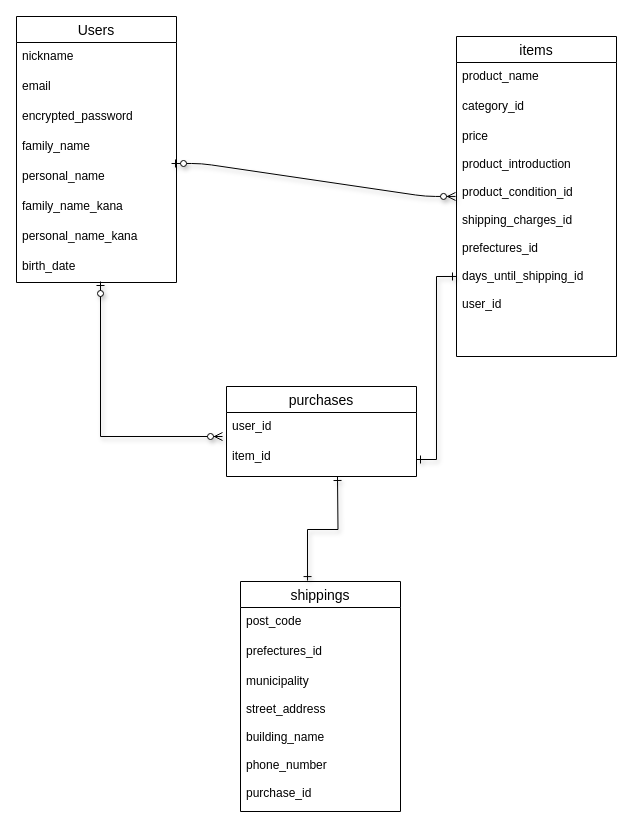
Earlier version of the draw.io diagram config/furima.dio (kapi1121/furima-40282). Source tidied: cells renumbered, new cells numbered last; positions are measured from the earlier drawing's top-left corner, leaving out a move shared by most shapes. Both pictures are drawn from the tidied source at 100%, with x=0, y=0 at pixel (16, 16).
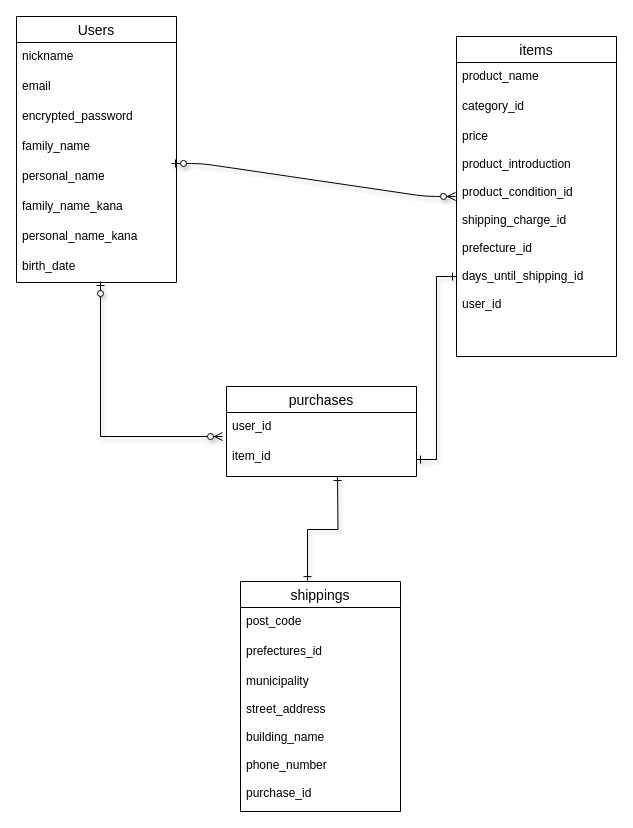
The same page after the edit.

Commit message (it also covers changes not shown here):
ER図、README.mdの修正２

Unchanged cells that the change refers to:
```xml
<mxCell id="5" value="items" style="swimlane;fontStyle=0;horizontal=1;startSize=26;align=center;fontSize=14;" parent="1" vertex="1">
  <mxGeometry x="440" y="20" width="160" height="320" as="geometry" />
</mxCell>
```

Change to the diagram source:
```diff
@@
-    <mxCell id="8" value="price&#10;&#10;product_introduction&#10;&#10;product_condition_id&#10;&#10;shipping_charges_id&#10;&#10;prefectures_id&#10;&#10;days_until_shipping_id&#10;&#10;user_id&#10;&#10;&#10;&#10;&#10;&#10;&#10;&#10;" style="text;strokeColor=none;fillColor=none;spacingLeft=4;spacingRight=4;overflow=hidden;points=[[0,0.5],[1,0.5]];portConstraint=eastwest;fontSize=12;" parent="5" vertex="1">
+    <mxCell id="8" value="price&#10;&#10;product_introduction&#10;&#10;product_condition_id&#10;&#10;shipping_charge_id&#10;&#10;prefecture_id&#10;&#10;days_until_shipping_id&#10;&#10;user_id&#10;&#10;&#10;&#10;&#10;&#10;&#10;&#10;" style="text;strokeColor=none;fillColor=none;spacingLeft=4;spacingRight=4;overflow=hidden;points=[[0,0.5],[1,0.5]];portConstraint=eastwest;fontSize=12;" parent="5" vertex="1">
       <mxGeometry y="86" width="160" height="234" as="geometry" />
     </mxCell>
```
